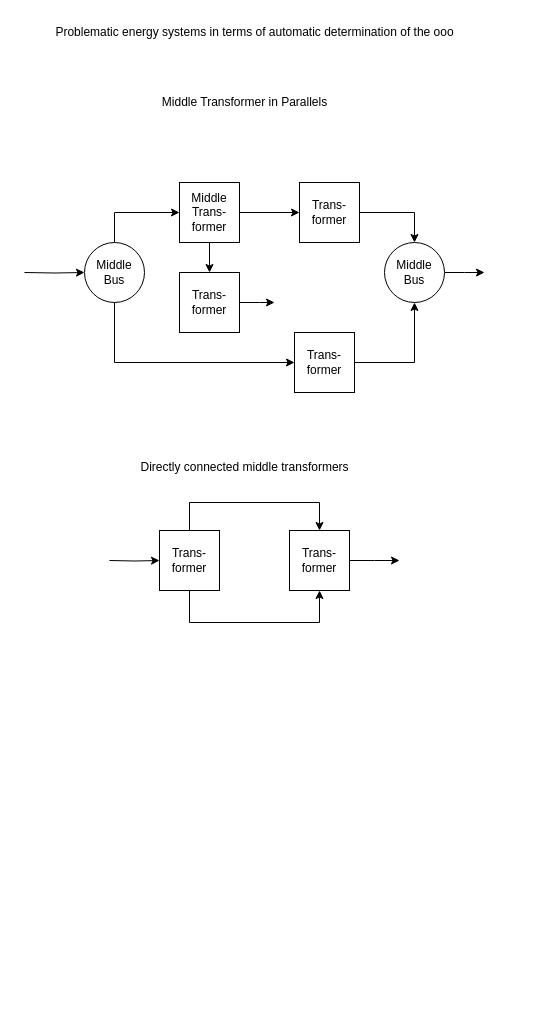
This is docs/fig/source_files/240708_transformer_chain_ooo_problematic_systems.drawio from QuaSi-Software/Documentation, a draw.io file, before an edit. Source tidied: cells renumbered, new cells numbered last; positions are measured from the earlier drawing's top-left corner, leaving out a move shared by most shapes. Both pictures are drawn from the tidied source at 100%, with x=0, y=0 at pixel (24, 17).
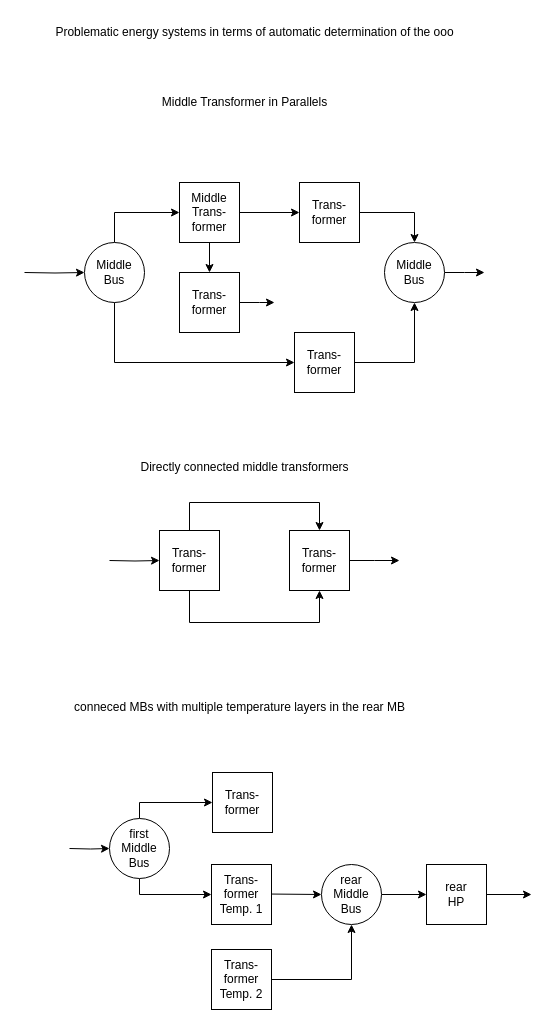
After the change.

Diff of the diagram source:
```diff
@@
+    <mxCell id="26" style="edgeStyle=orthogonalEdgeStyle;rounded=0;jettySize=auto;html=1;fontSize=15;fontColor=#141414;startArrow=none;startFill=0;entryX=0;entryY=0.5;entryDx=0;entryDy=0;" parent="1" edge="1" target="29">
+      <mxGeometry relative="1" as="geometry">
+        <mxPoint x="242" y="876.5" as="sourcePoint" />
+      </mxGeometry>
+    </mxCell>
+    <mxCell id="27" value="Trans-former" style="rounded=0;whiteSpace=wrap;html=1;" parent="1" vertex="1">
+      <mxGeometry x="188" y="755" width="60" height="60" as="geometry" />
+    </mxCell>
+    <mxCell id="28" style="edgeStyle=orthogonalEdgeStyle;rounded=0;jettySize=auto;html=1;entryX=0;entryY=0.5;entryDx=0;entryDy=0;" parent="1" edge="1" source="29" target="39">
+      <mxGeometry relative="1" as="geometry" />
+    </mxCell>
+    <mxCell id="29" value="rear&lt;br&gt;Middle Bus" style="ellipse;whiteSpace=wrap;html=1;" parent="1" vertex="1">
+      <mxGeometry x="297" y="847" width="60" height="60" as="geometry" />
+    </mxCell>
+    <mxCell id="30" style="edgeStyle=orthogonalEdgeStyle;rounded=0;jettySize=auto;html=1;entryX=0;entryY=0.5;entryDx=0;entryDy=0;" parent="1" edge="1" source="33" target="27">
+      <mxGeometry relative="1" as="geometry">
+        <Array as="points">
+          <mxPoint x="115" y="785" />
+        </Array>
+      </mxGeometry>
+    </mxCell>
+    <mxCell id="31" style="edgeStyle=orthogonalEdgeStyle;rounded=0;jettySize=auto;html=1;entryX=0;entryY=0.5;entryDx=0;entryDy=0;" parent="1" edge="1" source="33" target="35">
+      <mxGeometry relative="1" as="geometry">
+        <Array as="points">
+          <mxPoint x="115" y="877" />
+        </Array>
+      </mxGeometry>
+    </mxCell>
+    <mxCell id="32" style="edgeStyle=orthogonalEdgeStyle;rounded=0;jettySize=auto;html=1;" parent="1" edge="1" target="33">
+      <mxGeometry relative="1" as="geometry">
+        <mxPoint x="45" y="831" as="sourcePoint" />
+      </mxGeometry>
+    </mxCell>
+    <mxCell id="33" value="first&lt;br&gt;Middle Bus" style="ellipse;whiteSpace=wrap;html=1;" parent="1" vertex="1">
+      <mxGeometry x="85" y="801" width="60" height="60" as="geometry" />
+    </mxCell>
+    <mxCell id="34" value="conneced MBs with multiple temperature layers in the rear MB" style="text;html=1;align=center;verticalAlign=middle;strokeColor=none;fillColor=none;" parent="1" vertex="1">
+      <mxGeometry x="40" y="675" width="350" height="30" as="geometry" />
+    </mxCell>
+    <mxCell id="35" value="Trans-former&lt;br&gt;Temp. 1" style="rounded=0;whiteSpace=wrap;html=1;" parent="1" vertex="1">
+      <mxGeometry x="187" y="847" width="60" height="60" as="geometry" />
+    </mxCell>
+    <mxCell id="36" style="edgeStyle=orthogonalEdgeStyle;rounded=0;jettySize=auto;html=1;entryX=0.5;entryY=1;entryDx=0;entryDy=0;" parent="1" edge="1" source="37" target="29">
+      <mxGeometry relative="1" as="geometry" />
+    </mxCell>
+    <mxCell id="37" value="Trans-former&lt;br&gt;Temp. 2" style="rounded=0;whiteSpace=wrap;html=1;" parent="1" vertex="1">
+      <mxGeometry x="187" y="932" width="60" height="60" as="geometry" />
+    </mxCell>
+    <mxCell id="38" style="edgeStyle=orthogonalEdgeStyle;rounded=0;jettySize=auto;html=1;" parent="1" edge="1" source="39">
+      <mxGeometry relative="1" as="geometry">
+        <mxPoint x="507" y="877" as="targetPoint" />
+      </mxGeometry>
+    </mxCell>
+    <mxCell id="39" value="rear&lt;br&gt;HP" style="rounded=0;whiteSpace=wrap;html=1;" parent="1" vertex="1">
+      <mxGeometry x="402" y="847" width="60" height="60" as="geometry" />
+    </mxCell>
```
